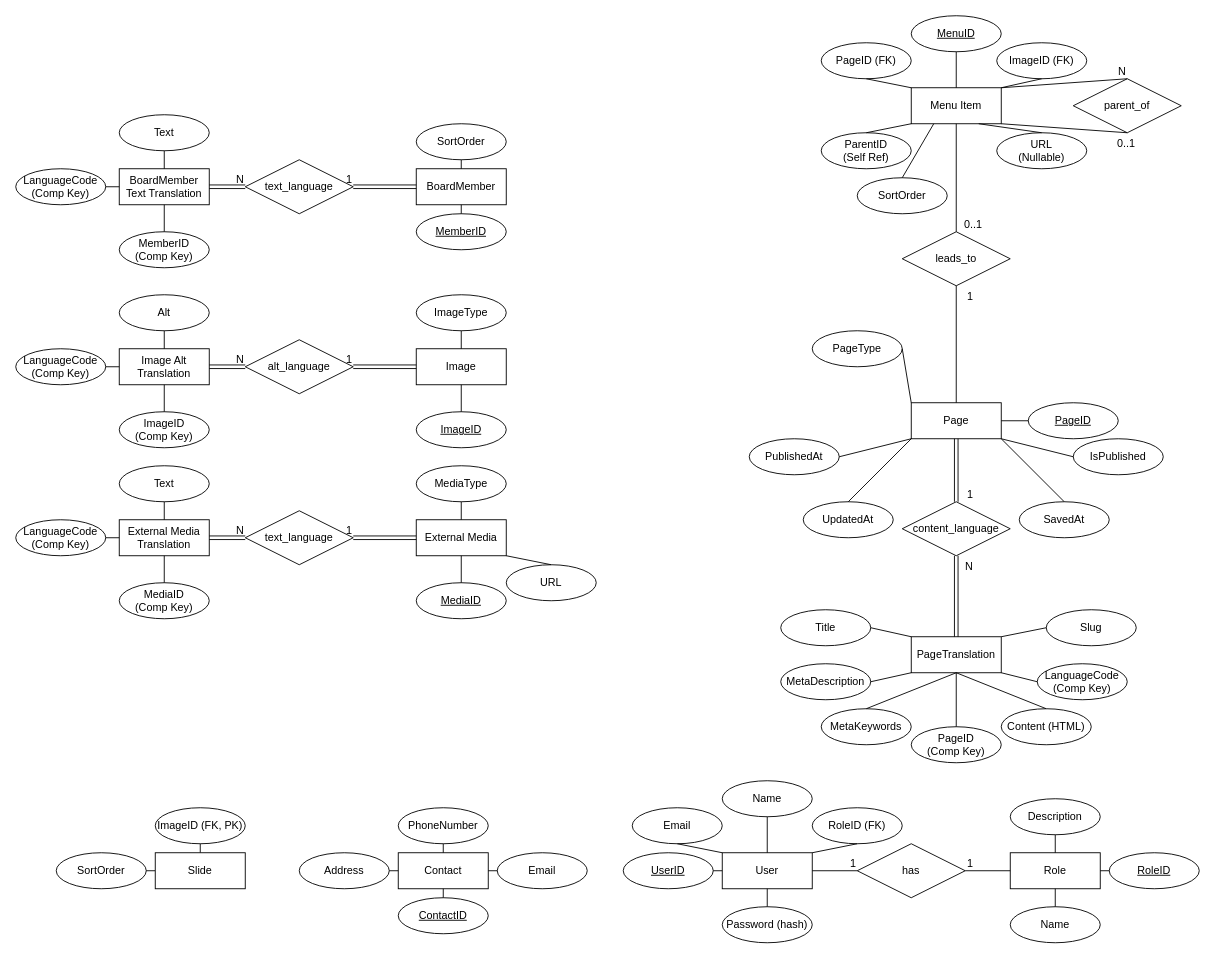
This is ER-diagram.drawio from C4ndyFl4mes/MalgomajFVOFCMS, a draw.io file, before an edit. Source tidied: cells renumbered, new cells numbered last; positions are measured from the earlier drawing's top-left corner, leaving out a move shared by most shapes. Both pictures are drawn from the tidied source at 90%, with x=0, y=0 at pixel (15, 15).
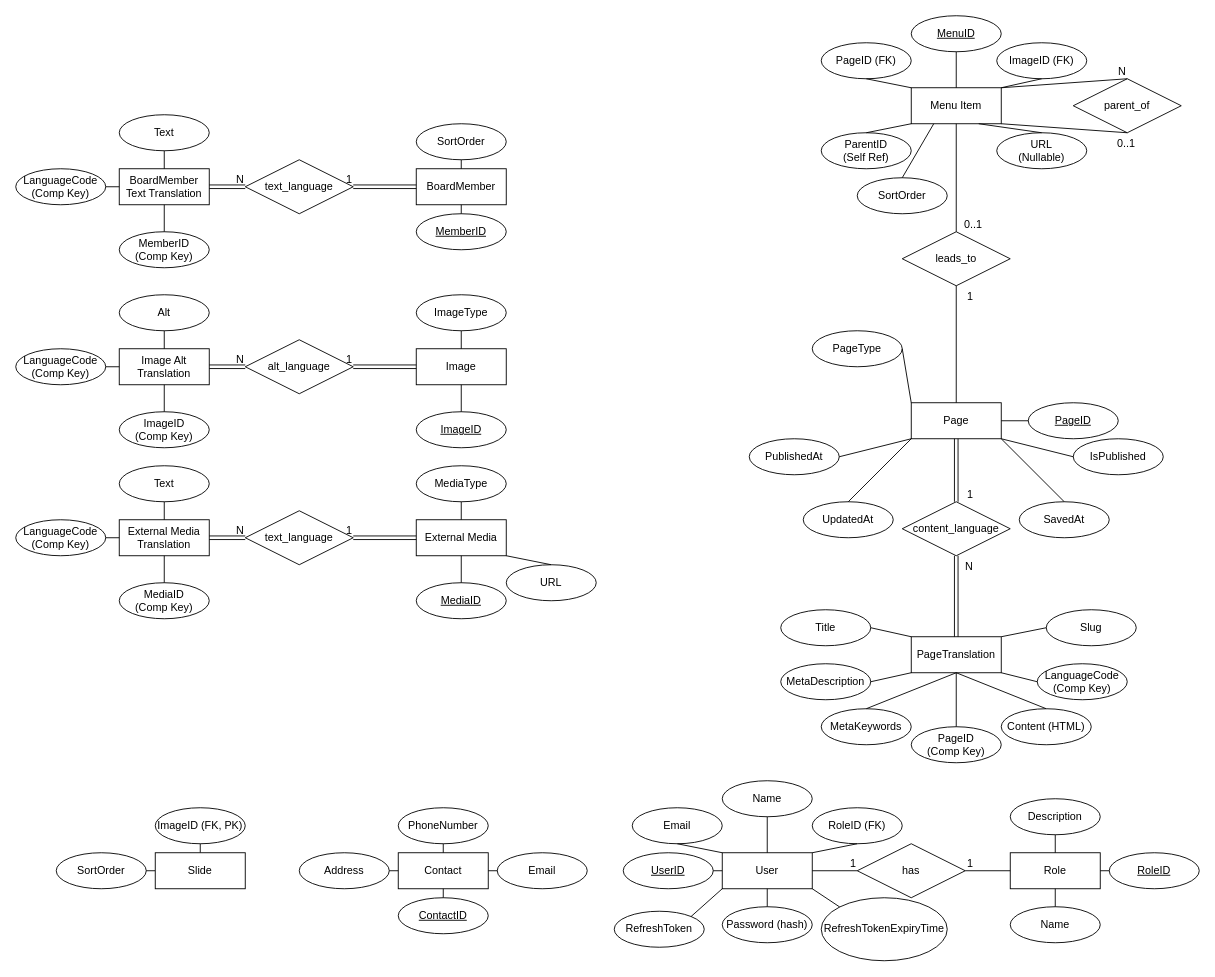
After the change.

Commit message (it also covers changes not shown here):
Updated the ER-diagram to match the models. I had forgotten to add RefreshToken and RefreshTokenExpiryTime attributes on User.

The change refers to these unchanged cells:
```xml
<mxCell id="51" value="User" style="whiteSpace=wrap;html=1;align=center;" parent="1" vertex="1">
  <mxGeometry x="785" y="930" width="100" height="40" as="geometry" />
</mxCell>
```

What changed in the source:
```diff
@@
+    <mxCell id="148" value="RefreshToken" style="ellipse;whiteSpace=wrap;html=1;align=center;" parent="1" vertex="1">
+      <mxGeometry x="665" y="995" width="100" height="40" as="geometry" />
+    </mxCell>
+    <mxCell id="149" value="RefreshTokenExpiryTime" style="ellipse;whiteSpace=wrap;html=1;align=center;" parent="1" vertex="1">
+      <mxGeometry x="895" y="980" width="140" height="70" as="geometry" />
+    </mxCell>
+    <mxCell id="150" style="endArrow=none;html=1;rounded=0;exitX=1;exitY=0;exitDx=0;exitDy=0;entryX=0;entryY=1;entryDx=0;entryDy=0;" parent="1" edge="1" source="148" target="51">
+      <mxGeometry relative="1" as="geometry" />
+    </mxCell>
+    <mxCell id="151" style="endArrow=none;html=1;rounded=0;exitX=1;exitY=1;exitDx=0;exitDy=0;entryX=0;entryY=0;entryDx=0;entryDy=0;" parent="1" edge="1" source="51" target="149">
+      <mxGeometry relative="1" as="geometry" />
+    </mxCell>
```
